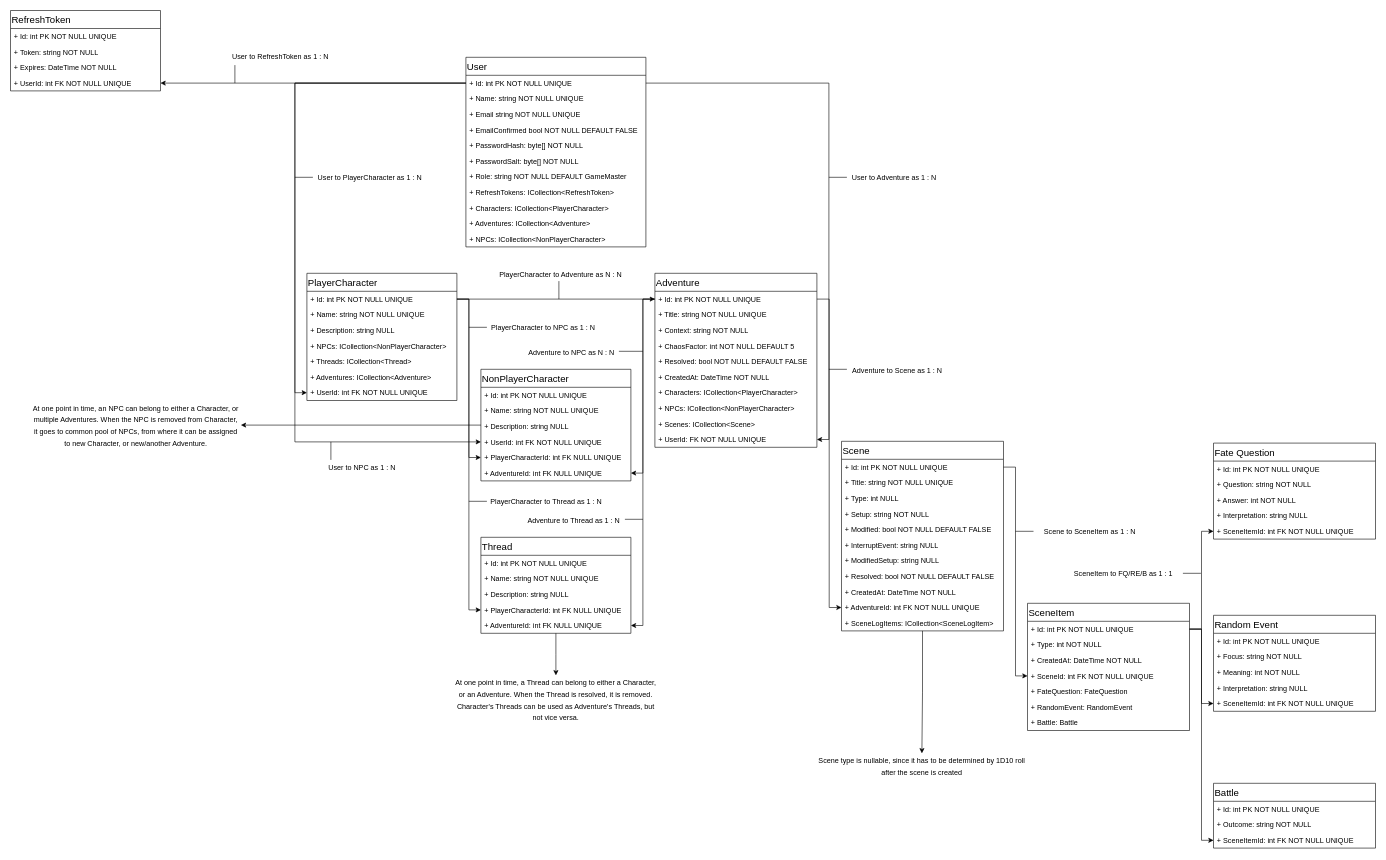
Above: page "Data Structure" (3 of 3) of App Flow and Data Structure.drawio in StanisKo/MGME (draw.io), before the change. Source tidied: cells renumbered, new cells numbered last; positions are measured from the earlier drawing's top-left corner, leaving out a move shared by most shapes. Both pictures are drawn from the tidied source at 60%, with x=0, y=0 at pixel (10, 10).
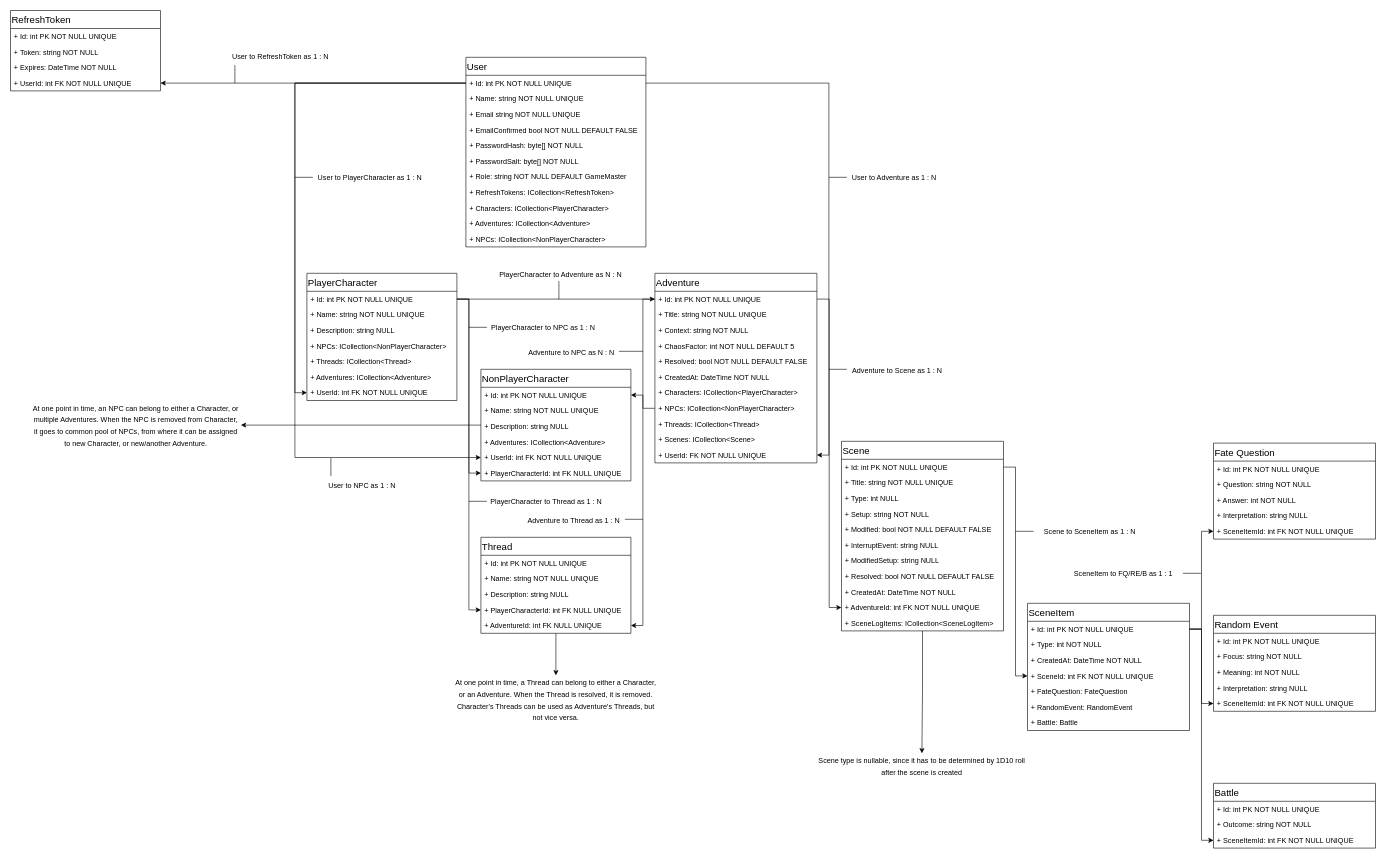
The same page after the edit.

Commit message (it also covers changes not shown here):
adding entities, some changes to present entities, some changes to the diagram

Unchanged cells that the change refers to:
```xml
<mxCell id="19" value="+ Id: int PK NOT NULL UNIQUE" style="text;strokeColor=none;fillColor=none;align=left;verticalAlign=top;spacingLeft=4;spacingRight=4;overflow=hidden;points=[[0,0.5],[1,0.5]];portConstraint=eastwest;" parent="18" vertex="1">
  <mxGeometry y="30" width="270" height="26" as="geometry" />
</mxCell>
<mxCell id="26" value="+ NPCs: ICollection&lt;NonPlayerCharacter&gt;" style="text;strokeColor=none;fillColor=none;align=left;verticalAlign=top;spacingLeft=4;spacingRight=4;overflow=hidden;points=[[0,0.5],[1,0.5]];portConstraint=eastwest;" parent="18" vertex="1">
  <mxGeometry y="212" width="270" height="26" as="geometry" />
</mxCell>
<mxCell id="31" value="NonPlayerCharacter" style="swimlane;fontStyle=0;align=left;verticalAlign=top;horizontal=1;startSize=30;rounded=0;strokeColor=#000000;strokeWidth=1;fillColor=none;fontSize=16;fontColor=#000000;" parent="1" vertex="1">
  <mxGeometry x="784" y="598" width="250" height="186" as="geometry" />
</mxCell>
<mxCell id="32" value="+ Id: int PK NOT NULL UNIQUE" style="text;strokeColor=none;fillColor=none;align=left;verticalAlign=top;spacingLeft=4;spacingRight=4;overflow=hidden;points=[[0,0.5],[1,0.5]];portConstraint=eastwest;" parent="31" vertex="1">
  <mxGeometry y="30" width="250" height="26" as="geometry" />
</mxCell>
<mxCell id="100" value="+ Id: int PK NOT NULL UNIQUE" style="text;strokeColor=none;fillColor=none;align=left;verticalAlign=top;spacingLeft=4;spacingRight=4;overflow=hidden;points=[[0,0.5],[1,0.5]];portConstraint=eastwest;" parent="99" vertex="1">
  <mxGeometry y="30" width="300" height="26" as="geometry" />
</mxCell>
```

Change to the diagram source:
```diff
@@
     <mxCell id="18" value="Adventure" style="swimlane;fontStyle=0;align=left;verticalAlign=top;horizontal=1;startSize=30;rounded=0;strokeColor=#000000;strokeWidth=1;fillColor=none;fontSize=16;fontColor=#000000;" parent="1" vertex="1">
-      <mxGeometry x="1074" y="438" width="270" height="290" as="geometry" />
+      <mxGeometry x="1074" y="438" width="270" height="316" as="geometry" />
     </mxCell>
@@
-    <mxCell id="27" value="+ Scenes: ICollection&lt;Scene&gt;" style="text;strokeColor=none;fillColor=none;align=left;verticalAlign=top;spacingLeft=4;spacingRight=4;overflow=hidden;" parent="18" vertex="1">
+    <mxCell id="27" value="+ Threads: ICollection&lt;Thread&gt;" style="text;strokeColor=none;fillColor=none;align=left;verticalAlign=top;spacingLeft=4;spacingRight=4;overflow=hidden;" parent="18" vertex="1">
       <mxGeometry y="238" width="270" height="26" as="geometry" />
     </mxCell>
+    <mxCell id="131" value="+ Scenes: ICollection&lt;Scene&gt;" style="text;strokeColor=none;fillColor=none;align=left;verticalAlign=top;spacingLeft=4;spacingRight=4;overflow=hidden;" parent="18" vertex="1">
+      <mxGeometry y="264" width="270" height="26" as="geometry" />
+    </mxCell>
     <mxCell id="28" value="+ UserId: FK NOT NULL UNIQUE" style="text;strokeColor=none;fillColor=none;align=left;verticalAlign=top;spacingLeft=4;spacingRight=4;overflow=hidden;points=[[0,0.5],[1,0.5]];portConstraint=eastwest;" parent="18" vertex="1">
-      <mxGeometry y="264" width="270" height="26" as="geometry" />
+      <mxGeometry y="290" width="270" height="26" as="geometry" />
     </mxCell>
@@
+    <mxCell id="37" value="+ Adventures: ICollection&lt;Adventure&gt;" style="text;strokeColor=none;fillColor=none;align=left;verticalAlign=top;spacingLeft=4;spacingRight=4;overflow=hidden;points=[[0,0.5],[1,0.5]];portConstraint=eastwest;" parent="31" vertex="1">
+      <mxGeometry y="108" width="250" height="26" as="geometry" />
+    </mxCell>
     <mxCell id="35" value="+ UserId: int FK NOT NULL UNIQUE" style="text;strokeColor=none;fillColor=none;align=left;verticalAlign=top;spacingLeft=4;spacingRight=4;overflow=hidden;points=[[0,0.5],[1,0.5]];portConstraint=eastwest;" parent="31" vertex="1">
-      <mxGeometry y="108" width="250" height="26" as="geometry" />
+      <mxGeometry y="134" width="250" height="26" as="geometry" />
     </mxCell>
     <mxCell id="36" value="+ PlayerCharacterId: int FK NULL UNIQUE" style="text;strokeColor=none;fillColor=none;align=left;verticalAlign=top;spacingLeft=4;spacingRight=4;overflow=hidden;points=[[0,0.5],[1,0.5]];portConstraint=eastwest;" parent="31" vertex="1">
-      <mxGeometry y="134" width="250" height="26" as="geometry" />
+      <mxGeometry y="160" width="250" height="26" as="geometry" />
     </mxCell>
-    <mxCell id="37" value="+ AdventureId: int FK NULL UNIQUE" style="text;strokeColor=none;fillColor=none;align=left;verticalAlign=top;spacingLeft=4;spacingRight=4;overflow=hidden;points=[[0,0.5],[1,0.5]];portConstraint=eastwest;" parent="31" vertex="1">
-      <mxGeometry y="160" width="250" height="26" as="geometry" />
-    </mxCell>
@@
-    <mxCell id="39" style="edgeStyle=orthogonalEdgeStyle;rounded=0;jettySize=auto;html=1;entryX=1;entryY=0.5;entryDx=0;entryDy=0;strokeWidth=1;fontSize=16;fontColor=#000000;" parent="1" edge="1" source="19" target="37">
+    <mxCell id="39" style="edgeStyle=orthogonalEdgeStyle;rounded=0;jettySize=auto;html=1;entryX=1;entryY=0.5;entryDx=0;entryDy=0;strokeWidth=1;fontSize=16;fontColor=#000000;exitX=0;exitY=0.5;exitDx=0;exitDy=0;" parent="1" edge="1" source="26" target="32">
       <mxGeometry relative="1" as="geometry" />
     </mxCell>
@@
     <mxCell id="113" style="edgeStyle=orthogonalEdgeStyle;rounded=0;jettySize=auto;html=1;strokeWidth=1;fontSize=16;fontColor=#000000;entryX=0;entryY=0.5;entryDx=0;entryDy=0;" parent="1" edge="1" source="100" target="35">
       <mxGeometry relative="1" as="geometry">
         <Array as="points">
           <mxPoint x="474" y="121" />
-          <mxPoint x="474" y="719" />
+          <mxPoint x="474" y="745" />
         </Array>
       </mxGeometry>
     </mxCell>
@@
     <mxCell id="126" style="endArrow=none;html=1;strokeWidth=1;fontSize=16;fontColor=#000000;" parent="1" edge="1">
       <mxGeometry relative="1" as="geometry">
-        <mxPoint x="534" y="749" as="sourcePoint" />
-        <mxPoint x="534" y="719" as="targetPoint" />
+        <mxPoint x="534" y="776" as="sourcePoint" />
+        <mxPoint x="534" y="746" as="targetPoint" />
       </mxGeometry>
     </mxCell>
     <mxCell id="127" value="&lt;span style=&quot;font-size: 12px&quot;&gt;User to NPC as 1 : N&lt;/span&gt;" style="text;html=1;strokeColor=none;fillColor=none;align=center;verticalAlign=middle;whiteSpace=wrap;rounded=0;fontSize=16;fontColor=#000000;" parent="1" vertex="1">
-      <mxGeometry x="485" y="751" width="202" height="20" as="geometry" />
+      <mxGeometry x="485" y="780" width="202" height="20" as="geometry" />
     </mxCell>
```
